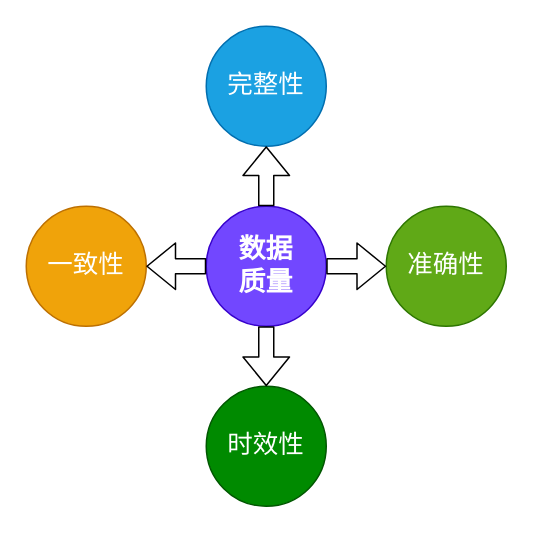
This is pet_data_warehouse/数据质量.drawio from fangzheng0518/draw, a draw.io file, before an edit. Source tidied: cells renumbered, new cells numbered last; positions are measured from the earlier drawing's top-left corner, leaving out a move shared by most shapes. Both pictures are drawn from the tidied source at 150%, with x=0, y=0 at pixel (26, 26).
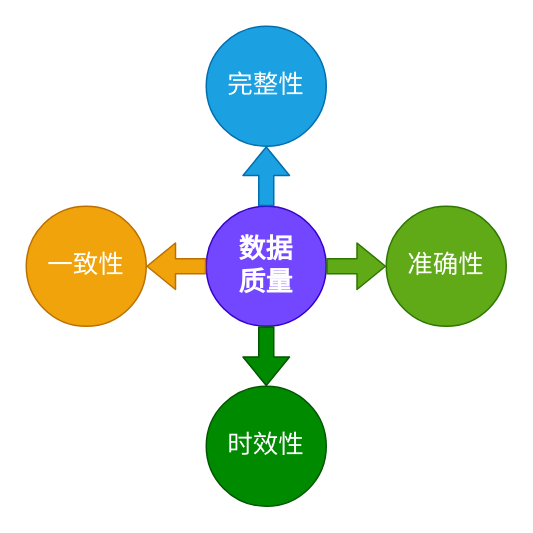
The same page after the edit.

Diff of the diagram source:
```diff
@@
 <mxGraphModel>
   <root>
     <mxCell id="0" />
     <mxCell id="1" parent="0" />
     <mxCell id="2" value="&lt;font color=&quot;#ffffff&quot; style=&quot;font-size: 17px&quot;&gt;完整性&lt;/font&gt;" style="ellipse;whiteSpace=wrap;html=1;fillColor=#1ba1e2;strokeColor=#006EAF;fontColor=#ffffff;" parent="1" vertex="1">
       <mxGeometry x="120" width="80" height="80" as="geometry" />
     </mxCell>
     <mxCell id="3" value="&lt;font style=&quot;font-size: 18px&quot;&gt;&lt;b&gt;数据&lt;br&gt;质量&lt;/b&gt;&lt;/font&gt;" style="ellipse;whiteSpace=wrap;html=1;fillColor=#7247FF;strokeColor=#3700CC;fontColor=#ffffff;" parent="1" vertex="1">
       <mxGeometry x="120" y="120" width="80" height="80" as="geometry" />
     </mxCell>
     <mxCell id="4" value="&lt;font style=&quot;font-size: 17px&quot; color=&quot;#ffffff&quot;&gt;一致性&lt;/font&gt;" style="ellipse;whiteSpace=wrap;html=1;fillColor=#f0a30a;strokeColor=#BD7000;fontColor=#ffffff;" parent="1" vertex="1">
       <mxGeometry y="120" width="80" height="80" as="geometry" />
     </mxCell>
     <mxCell id="5" value="&lt;font style=&quot;font-size: 17px&quot;&gt;准确性&lt;/font&gt;" style="ellipse;whiteSpace=wrap;html=1;fillColor=#60a917;strokeColor=#2D7600;fontColor=#ffffff;" parent="1" vertex="1">
       <mxGeometry x="240" y="120" width="80" height="80" as="geometry" />
     </mxCell>
     <mxCell id="6" value="&lt;font style=&quot;font-size: 17px&quot;&gt;时效性&lt;/font&gt;" style="ellipse;whiteSpace=wrap;html=1;fillColor=#008a00;strokeColor=#005700;fontColor=#ffffff;" parent="1" vertex="1">
       <mxGeometry x="120" y="240" width="80" height="80" as="geometry" />
     </mxCell>
-    <mxCell id="7" style="shape=flexArrow;endArrow=classic;html=1;exitX=0;exitY=0.5;exitDx=0;exitDy=0;entryX=1;entryY=0.5;entryDx=0;entryDy=0;" parent="1" edge="1" source="3" target="4">
+    <mxCell id="7" style="shape=flexArrow;endArrow=classic;html=1;exitX=0;exitY=0.5;exitDx=0;exitDy=0;entryX=1;entryY=0.5;entryDx=0;entryDy=0;fillColor=#f0a30a;strokeColor=#BD7000;" parent="1" edge="1" source="3" target="4">
       <mxGeometry relative="1" as="geometry" />
     </mxCell>
-    <mxCell id="8" style="shape=flexArrow;endArrow=classic;html=1;exitX=1;exitY=0.5;exitDx=0;exitDy=0;entryX=0;entryY=0.5;entryDx=0;entryDy=0;" parent="1" edge="1" source="3" target="5">
+    <mxCell id="8" style="shape=flexArrow;endArrow=classic;html=1;exitX=1;exitY=0.5;exitDx=0;exitDy=0;entryX=0;entryY=0.5;entryDx=0;entryDy=0;fillColor=#60a917;strokeColor=#2D7600;" parent="1" edge="1" source="3" target="5">
       <mxGeometry relative="1" as="geometry" />
     </mxCell>
-    <mxCell id="9" style="shape=flexArrow;endArrow=classic;html=1;exitX=0.5;exitY=1;exitDx=0;exitDy=0;entryX=0.5;entryY=0;entryDx=0;entryDy=0;" parent="1" edge="1" source="3" target="6">
+    <mxCell id="9" style="shape=flexArrow;endArrow=classic;html=1;exitX=0.5;exitY=1;exitDx=0;exitDy=0;entryX=0.5;entryY=0;entryDx=0;entryDy=0;fillColor=#008a00;strokeColor=#005700;" parent="1" edge="1" source="3" target="6">
       <mxGeometry relative="1" as="geometry" />
     </mxCell>
-    <mxCell id="10" style="shape=flexArrow;endArrow=classic;html=1;exitX=0.5;exitY=0;exitDx=0;exitDy=0;entryX=0.5;entryY=1;entryDx=0;entryDy=0;" parent="1" edge="1" source="3" target="2">
-      <mxGeometry relative="1" as="geometry" />
+    <mxCell id="10" style="shape=flexArrow;endArrow=classic;html=1;exitX=0.5;exitY=0;exitDx=0;exitDy=0;fillColor=#1ba1e2;strokeColor=#006EAF;" parent="1" edge="1" source="3">
+      <mxGeometry relative="1" as="geometry">
+        <mxPoint x="160" y="80" as="targetPoint" />
+      </mxGeometry>
     </mxCell>
   </root>
 </mxGraphModel>
```
